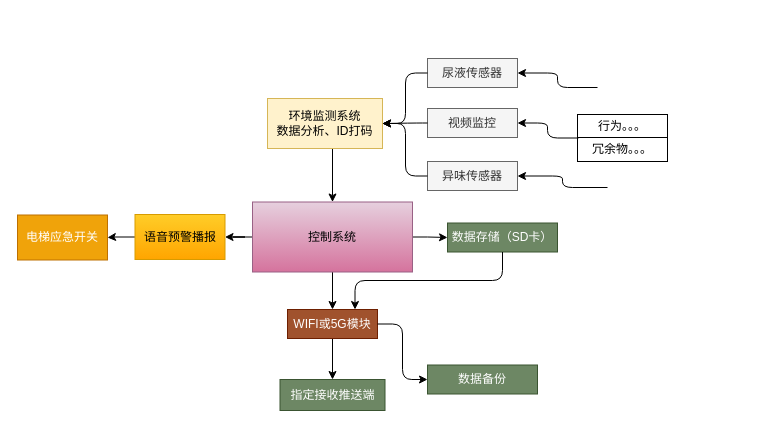
Earlier version of the draw.io diagram 电梯环境监测.drawio (UTOUUCENTER-CD/draw.io). Source tidied: cells renumbered, new cells numbered last; positions are measured from the earlier drawing's top-left corner, leaving out a move shared by most shapes. Both pictures are drawn from the tidied source at 100%, with x=0, y=0 at pixel (17, 58).
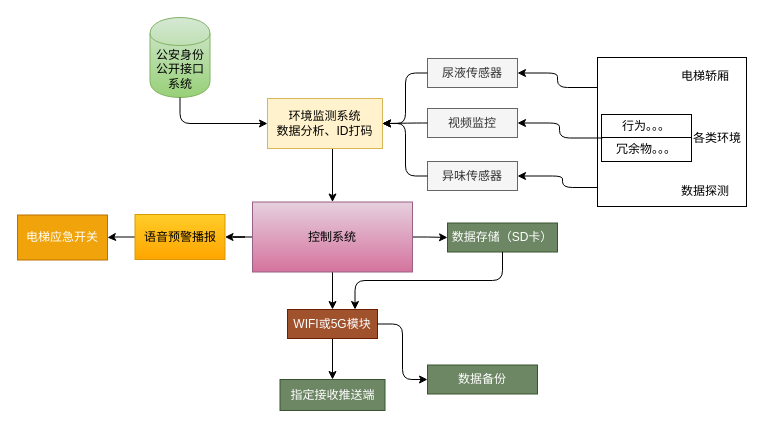
Above is the later version.

Commit message (it also covers changes not shown here):
Update 电梯环境监测.drawio

The change refers to these unchanged cells:
```xml
<mxCell id="10" value="环境监测系统&lt;br&gt;数据分析、ID打码" style="rounded=0;whiteSpace=wrap;html=1;fillColor=#fff2cc;strokeColor=#d6b656;" parent="1" vertex="1">
  <mxGeometry x="250" y="40" width="115" height="50" as="geometry" />
</mxCell>
<mxCell id="23" value="异味传感器" style="rounded=0;whiteSpace=wrap;html=1;fillColor=#f5f5f5;strokeColor=#666666;fontColor=#333333;" parent="1" vertex="1">
  <mxGeometry x="410" y="103" width="90" height="29" as="geometry" />
</mxCell>
```

What changed in the source:
```diff
@@
+    <mxCell id="24" style="edgeStyle=elbowEdgeStyle;elbow=horizontal;endArrow=classic;html=1;entryX=1;entryY=0.5;entryDx=0;entryDy=0;" parent="1" edge="1" target="23">
+      <mxGeometry relative="1" as="geometry">
+        <mxPoint x="590" y="129" as="sourcePoint" />
+      </mxGeometry>
+    </mxCell>
+    <mxCell id="29" style="whiteSpace=wrap;html=1;" parent="1" vertex="1">
+      <mxGeometry x="580" y="-1" width="149" height="149" as="geometry" />
+    </mxCell>
@@
     <mxCell id="13" value="行为。。。" style="rounded=0;whiteSpace=wrap;html=1;" parent="1" vertex="1">
-      <mxGeometry x="560" y="56" width="90" height="23" as="geometry" />
+      <mxGeometry x="584" y="56" width="90" height="23" as="geometry" />
     </mxCell>
     <mxCell id="14" value="冗余物。。。" style="rounded=0;whiteSpace=wrap;html=1;" parent="1" vertex="1">
-      <mxGeometry x="560" y="79" width="90" height="24" as="geometry" />
+      <mxGeometry x="584" y="79" width="90" height="24" as="geometry" />
     </mxCell>
@@
-    <mxCell id="24" style="edgeStyle=elbowEdgeStyle;elbow=horizontal;endArrow=classic;html=1;entryX=1;entryY=0.5;entryDx=0;entryDy=0;" parent="1" edge="1" target="23">
-      <mxGeometry relative="1" as="geometry">
-        <mxPoint x="590" y="129" as="sourcePoint" />
-      </mxGeometry>
-    </mxCell>
@@
+    <mxCell id="30" value="电梯轿厢&lt;br&gt;&lt;br&gt;&lt;br&gt;&lt;br&gt;&lt;br&gt;&lt;br&gt;&lt;br&gt;&lt;br&gt;数据探测" style="text;html=1;align=left;verticalAlign=top;spacingTop=-4;" parent="1" vertex="1">
+      <mxGeometry x="662" y="8" width="60" height="130" as="geometry" />
+    </mxCell>
+    <mxCell id="31" value="各类环境" style="text;html=1;align=left;verticalAlign=top;spacingTop=-4;" parent="1" vertex="1">
+      <mxGeometry x="674" y="70" width="60" height="20" as="geometry" />
+    </mxCell>
+    <mxCell id="32" value="公安身份公开接口系统" style="shape=cylinder;whiteSpace=wrap;html=1;boundedLbl=1;backgroundOutline=1;gradientColor=#97d077;fillColor=#d5e8d4;strokeColor=#82b366;" parent="1" vertex="1">
+      <mxGeometry x="132.5" y="-41" width="60" height="80" as="geometry" />
+    </mxCell>
+    <mxCell id="33" style="edgeStyle=elbowEdgeStyle;elbow=vertical;endArrow=classic;html=1;exitX=0.5;exitY=1;exitDx=0;exitDy=0;entryX=0;entryY=0.5;entryDx=0;entryDy=0;" parent="1" edge="1" source="32" target="10">
+      <mxGeometry relative="1" as="geometry">
+        <Array as="points">
+          <mxPoint x="230" y="65" />
+          <mxPoint x="170" y="89" />
+        </Array>
+      </mxGeometry>
+    </mxCell>
```
